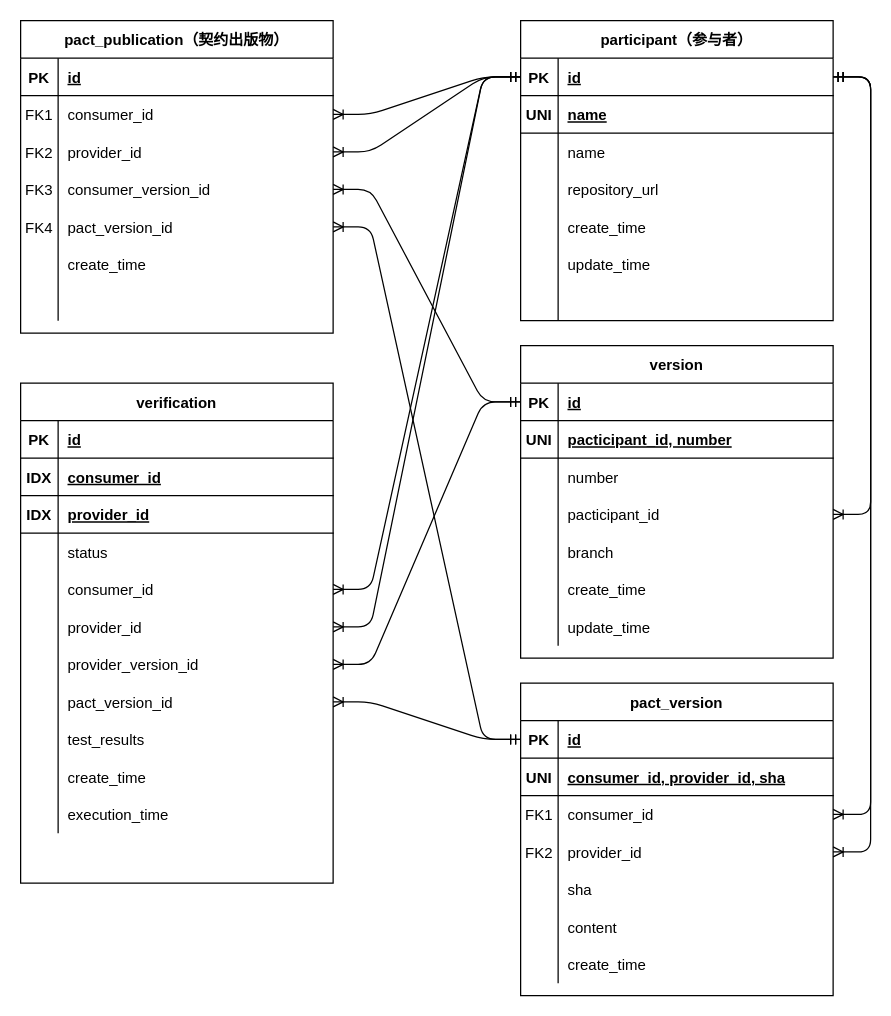
The draw.io diagram pact.drawio in panda-win/pact, before the edit. Source tidied: cells renumbered, new cells numbered last; positions are measured from the earlier drawing's top-left corner, leaving out a move shared by most shapes. Both pictures are drawn from the tidied source at 125%, with x=0, y=0 at pixel (20, 20).
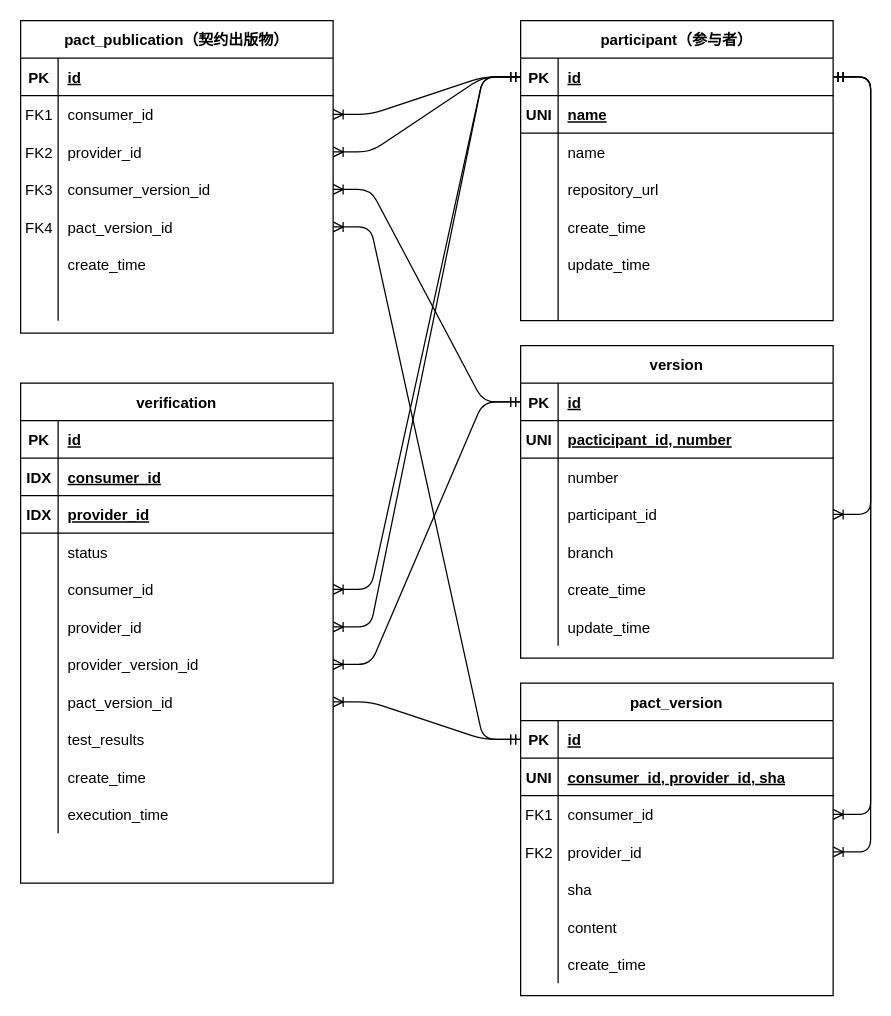
Above is the later version.

Unchanged cells that the change refers to:
```xml
<mxCell id="34" style="shape=partialRectangle;fillColor=none;points=[[0,0.5],[1,0.5]];portConstraint=eastwest;top=0;left=0;right=0;bottom=0;" parent="24" vertex="1">
  <mxGeometry y="120" width="250" height="30" as="geometry" />
</mxCell>
```

Diff of the diagram source:
```diff
@@
-    <mxCell id="36" value="pacticipant_id" style="shape=partialRectangle;overflow=hidden;fillColor=none;top=0;left=0;bottom=0;right=0;align=left;spacingLeft=6;" parent="34" vertex="1">
+    <mxCell id="36" value="participant_id" style="shape=partialRectangle;overflow=hidden;fillColor=none;top=0;left=0;bottom=0;right=0;align=left;spacingLeft=6;" parent="34" vertex="1">
       <mxGeometry x="30" width="220" height="30" as="geometry" />
     </mxCell>
```
